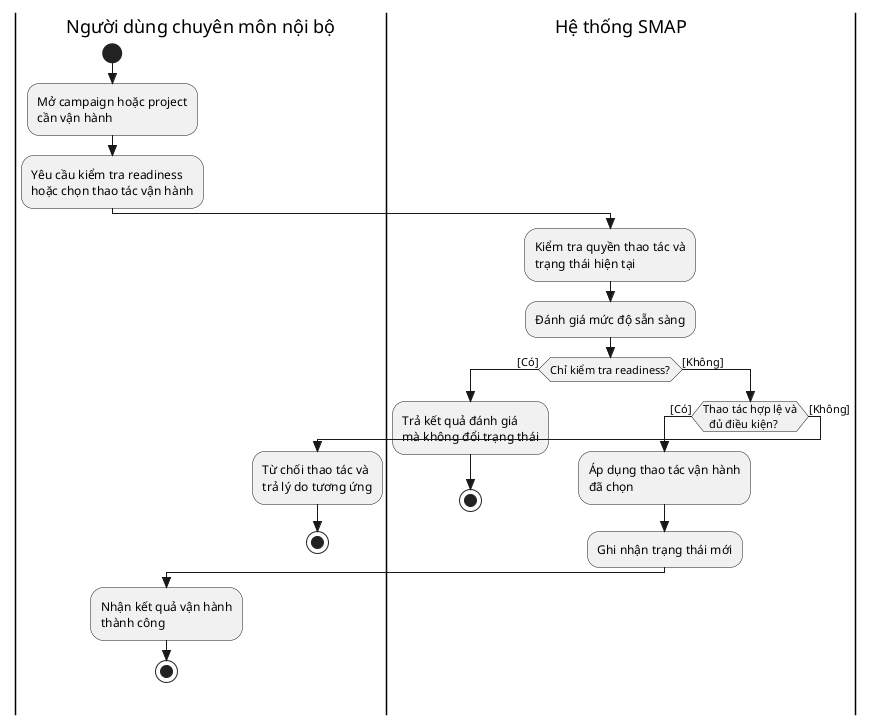
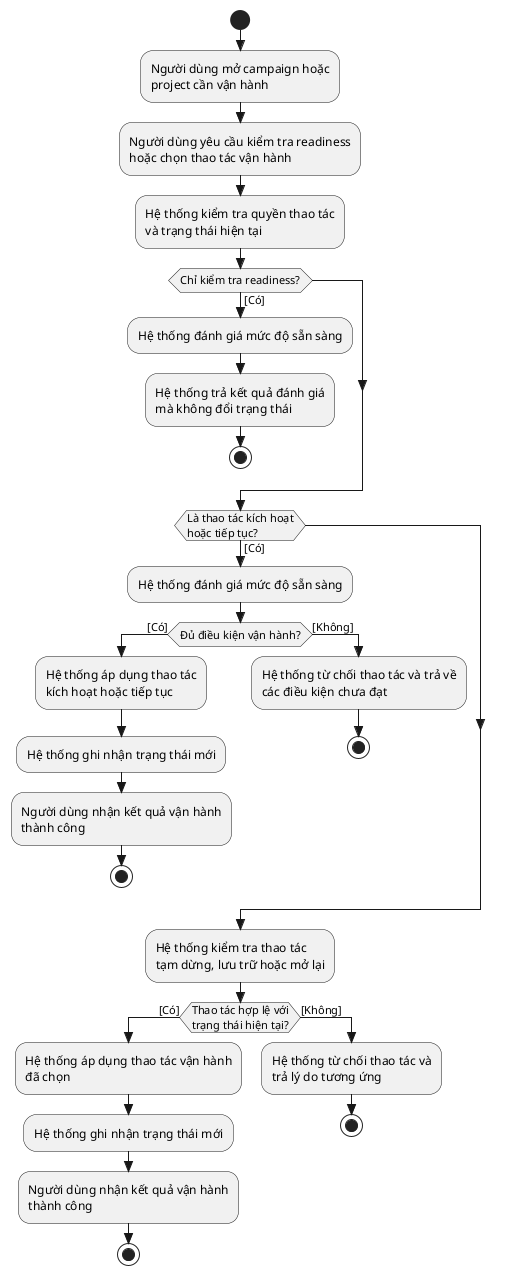
@startuml
skinparam style strictuml
skinparam shadowing false
skinparam defaultFontName Arial

- |Người dùng chuyên môn nội bộ|
start
- :Mở campaign hoặc project
- cần vận hành;
- :Yêu cầu kiểm tra readiness
+ :Người dùng mở campaign hoặc
+ project cần vận hành;
+ :Người dùng yêu cầu kiểm tra readiness
hoặc chọn thao tác vận hành;
- 
- |Hệ thống SMAP|
- :Kiểm tra quyền thao tác và
- trạng thái hiện tại;
- :Đánh giá mức độ sẵn sàng;
+ :Hệ thống kiểm tra quyền thao tác
+ và trạng thái hiện tại;

if (Chỉ kiểm tra readiness?) then ([Có])
-   :Trả kết quả đánh giá
+   :Hệ thống đánh giá mức độ sẵn sàng;
+   :Hệ thống trả kết quả đánh giá
  mà không đổi trạng thái;
  stop
- else ([Không])
-   if (Thao tác hợp lệ và
-   đủ điều kiện?) then ([Có])
-     :Áp dụng thao tác vận hành
-     đã chọn;
-     :Ghi nhận trạng thái mới;
-     |Người dùng chuyên môn nội bộ|
-     :Nhận kết quả vận hành
+ endif
+ 
+ if (Là thao tác kích hoạt
+ hoặc tiếp tục?) then ([Có])
+   :Hệ thống đánh giá mức độ sẵn sàng;
+   if (Đủ điều kiện vận hành?) then ([Có])
+     :Hệ thống áp dụng thao tác
+     kích hoạt hoặc tiếp tục;
+     :Hệ thống ghi nhận trạng thái mới;
+     :Người dùng nhận kết quả vận hành
    thành công;
    stop
  else ([Không])
-     :Từ chối thao tác và
-     trả lý do tương ứng;
+     :Hệ thống từ chối thao tác và trả về
+     các điều kiện chưa đạt;
    stop
  endif
endif
+ 
+ :Hệ thống kiểm tra thao tác
+ tạm dừng, lưu trữ hoặc mở lại;
+ if (Thao tác hợp lệ với
+ trạng thái hiện tại?) then ([Có])
+   :Hệ thống áp dụng thao tác vận hành
+   đã chọn;
+   :Hệ thống ghi nhận trạng thái mới;
+   :Người dùng nhận kết quả vận hành
+   thành công;
+   stop
+ else ([Không])
+   :Hệ thống từ chối thao tác và
+   trả lý do tương ứng;
+   stop
+ endif
@enduml
